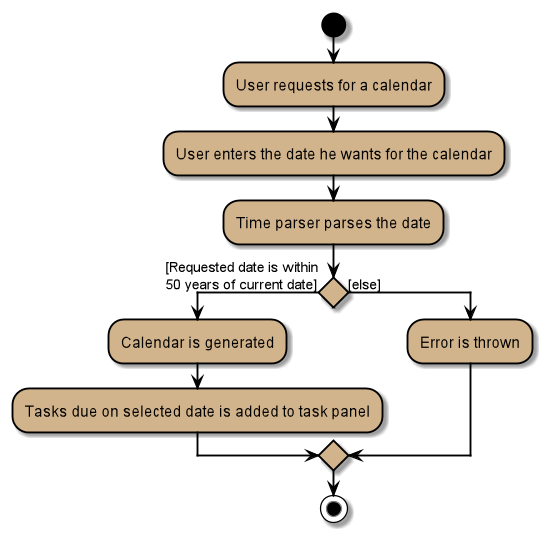
The PlantUML diagram images/CalendarActivityDiagram.png in AY1920S2-CS2103T-W16-3/main, before a commit.
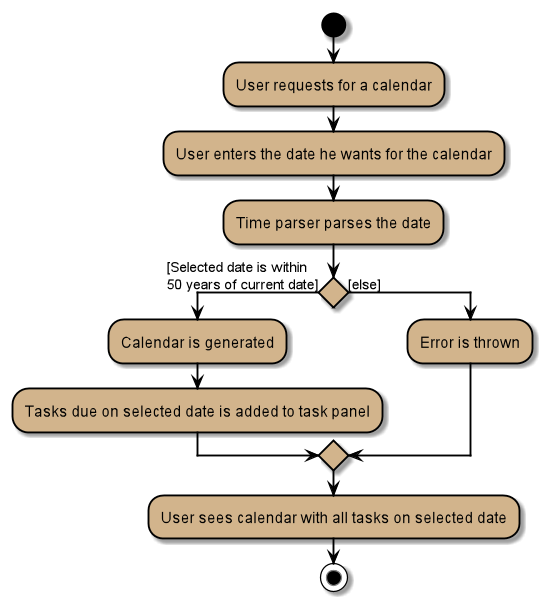
After the change.

Change to the diagram source:
```diff
@@ -14,7 +14,7 @@
 
 :Time parser parses the date;
 
-if () then ([Requested date is within
+if () then ([Selected date is within
 50 years of current date])
 
 :Calendar is generated;
@@ -22,5 +22,7 @@
 else ([else])
 :Error is thrown;
 endif
+
+:User sees calendar with all tasks on selected date;
 stop
 @enduml
```
